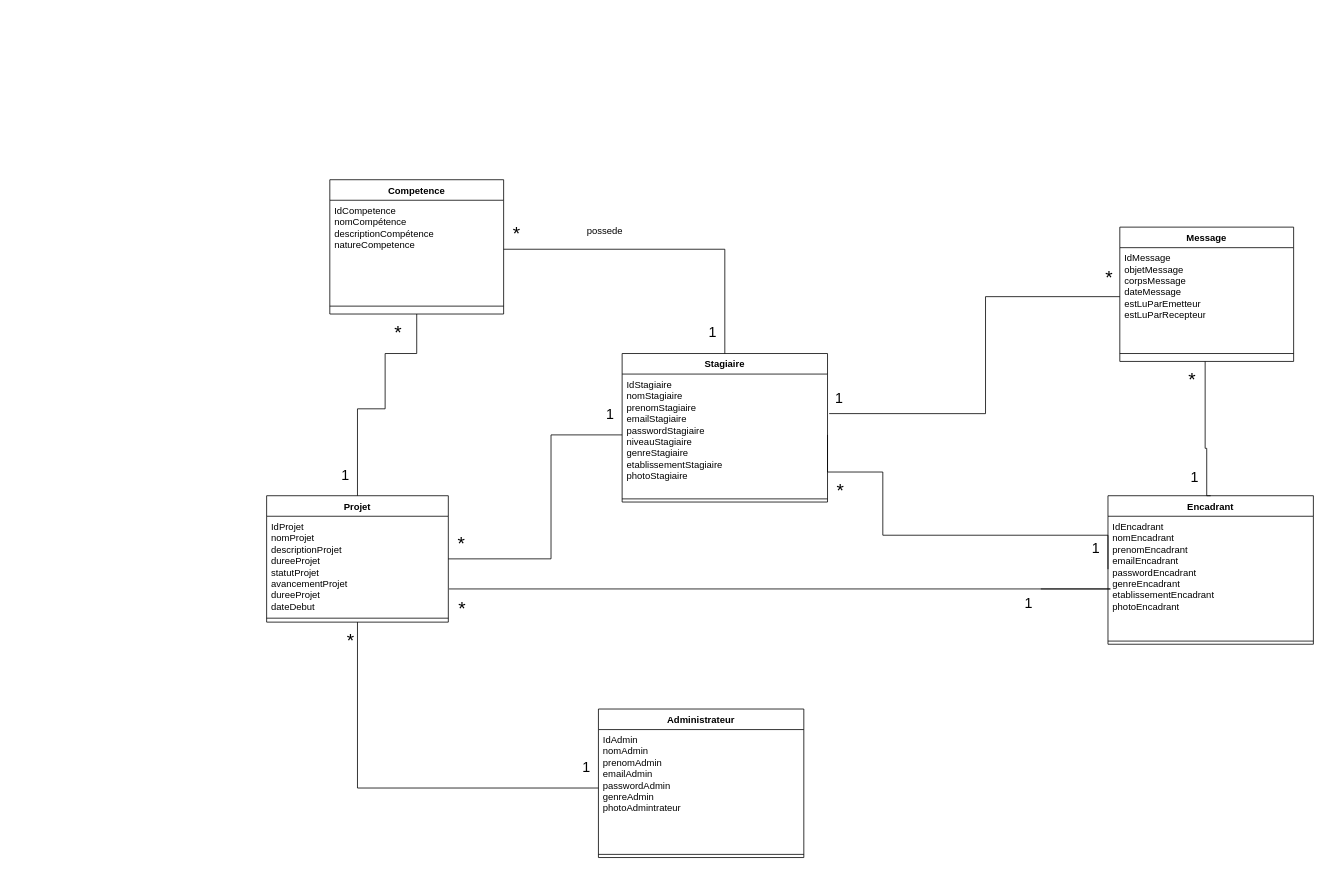
Before: digrams/diagramme TT.drawio in mouhebmhd/stageBoard, a draw.io diagram. Source tidied: cells renumbered, new cells numbered last; positions are measured from the earlier drawing's top-left corner, leaving out a move shared by most shapes. Both pictures are drawn from the tidied source at 79%, with x=0, y=0 at pixel (266, 179).
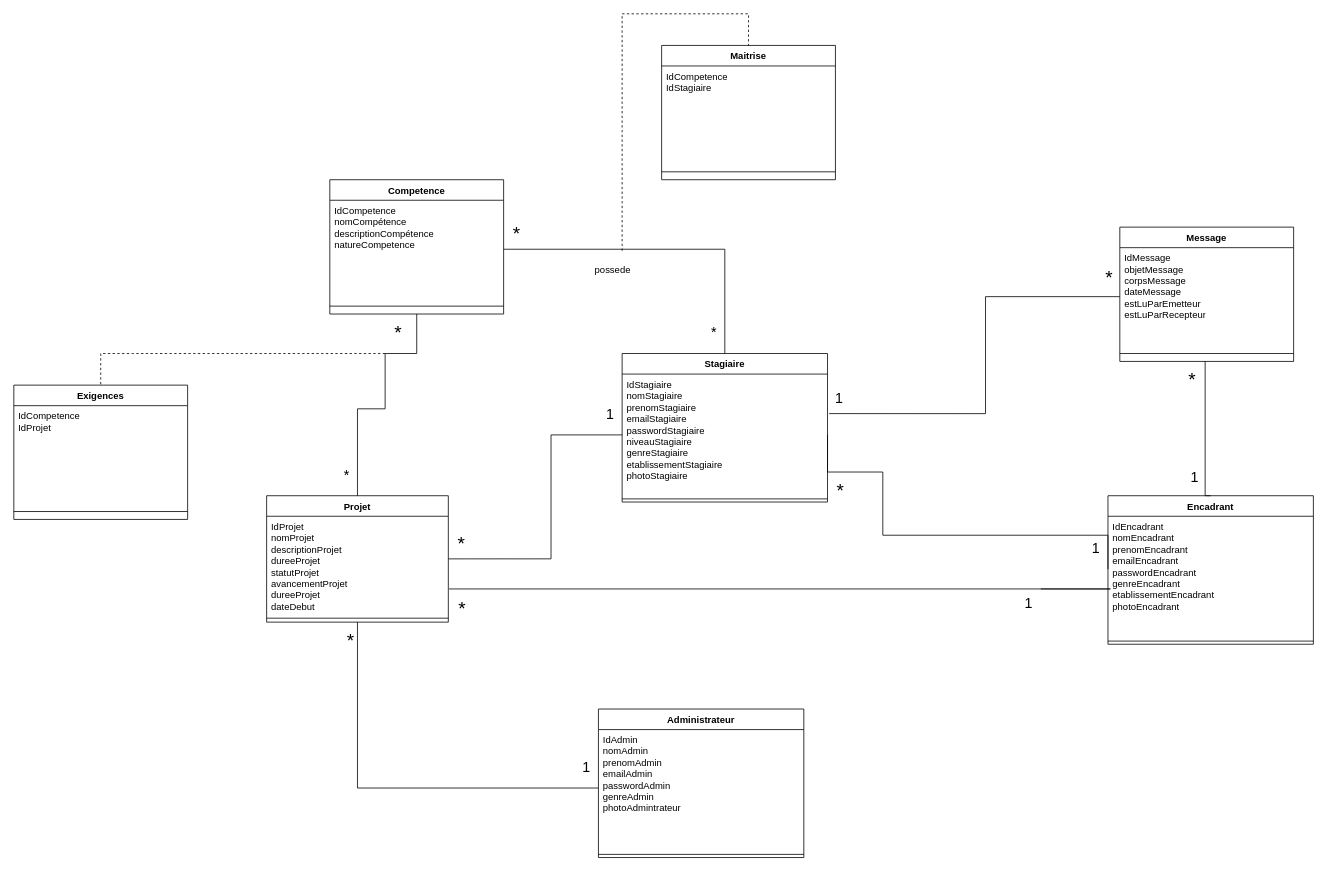
After the change.

The change refers to these unchanged cells:
```xml
<mxCell id="8" value="Encadrant" style="swimlane;fontStyle=1;align=center;verticalAlign=top;horizontal=1;startSize=26;whiteSpace=wrap;html=1;" parent="1" vertex="1">
  <mxGeometry x="1065" y="400" width="260" height="188" as="geometry" />
</mxCell>
<mxCell id="38" style="endArrow=none;html=1;edgeStyle=orthogonalEdgeStyle;rounded=0;exitX=1;exitY=0.5;exitDx=0;exitDy=0;entryX=0.5;entryY=0;entryDx=0;entryDy=0;" parent="1" edge="1" source="36" target="2">
  <mxGeometry relative="1" as="geometry">
    <Array as="points">
      <mxPoint x="580" y="88" />
    </Array>
  </mxGeometry>
</mxCell>
<mxCell id="42" style="endArrow=none;html=1;edgeStyle=orthogonalEdgeStyle;rounded=0;exitX=0.5;exitY=1;exitDx=0;exitDy=0;entryX=0.5;entryY=0;entryDx=0;entryDy=0;" parent="1" edge="1" source="35" target="11">
  <mxGeometry relative="1" as="geometry">
    <Array as="points">
      <mxPoint x="190" y="220" />
      <mxPoint x="150" y="220" />
      <mxPoint x="150" y="290" />
      <mxPoint x="115" y="290" />
    </Array>
  </mxGeometry>
</mxCell>
```

Change to the diagram source:
```diff
@@
     <mxCell id="26" style="endArrow=none;html=1;edgeStyle=orthogonalEdgeStyle;rounded=0;exitX=0.5;exitY=0;exitDx=0;exitDy=0;" parent="1" edge="1" source="8">
       <mxGeometry relative="1" as="geometry">
         <mxPoint x="1188" y="230" as="targetPoint" />
         <Array as="points">
-          <mxPoint x="1190" y="340" />
-          <mxPoint x="1188" y="340" />
+          <mxPoint x="1188" y="400" />
         </Array>
       </mxGeometry>
     </mxCell>
@@
-    <mxCell id="40" value="&lt;font style=&quot;font-size: 18px;&quot;&gt;1&lt;/font&gt;" style="edgeLabel;html=1;align=right;verticalAlign=bottom;" parent="38" vertex="1">
+    <mxCell id="40" value="&lt;font style=&quot;font-size: 18px;&quot;&gt;*&lt;/font&gt;" style="edgeLabel;html=1;align=right;verticalAlign=bottom;" parent="38" vertex="1">
       <mxGeometry x="1" relative="1" as="geometry">
         <mxPoint x="-10" y="-13" as="offset" />
       </mxGeometry>
     </mxCell>
     <mxCell id="41" value="possede&amp;nbsp;" style="text;html=1;align=center;verticalAlign=middle;whiteSpace=wrap;rounded=0;" parent="1" vertex="1">
-      <mxGeometry x="400" y="50" width="60" height="30" as="geometry" />
+      <mxGeometry x="410" y="100" width="60" height="30" as="geometry" />
     </mxCell>
@@
-    <mxCell id="44" value="&lt;font style=&quot;font-size: 18px;&quot;&gt;1&lt;/font&gt;" style="edgeLabel;html=1;align=right;verticalAlign=bottom;" parent="42" vertex="1">
+    <mxCell id="44" value="&lt;font style=&quot;font-size: 18px;&quot;&gt;*&lt;/font&gt;" style="edgeLabel;html=1;align=right;verticalAlign=bottom;" parent="42" vertex="1">
       <mxGeometry x="1" relative="1" as="geometry">
         <mxPoint x="-10" y="-13" as="offset" />
       </mxGeometry>
     </mxCell>
+    <mxCell id="45" value="Maitrise" style="swimlane;fontStyle=1;align=center;verticalAlign=top;horizontal=1;startSize=26;whiteSpace=wrap;html=1;" parent="1" vertex="1">
+      <mxGeometry x="500" y="-170" width="220" height="170" as="geometry" />
+    </mxCell>
+    <mxCell id="46" value="&lt;div&gt;&lt;span style=&quot;background-color: initial;&quot;&gt;IdCompetence&lt;/span&gt;&lt;/div&gt;&lt;div&gt;&lt;span style=&quot;background-color: initial;&quot;&gt;IdStagiaire&lt;/span&gt;&lt;br&gt;&lt;/div&gt;&lt;div&gt;&lt;br&gt;&lt;/div&gt;&lt;div&gt;&lt;br&gt;&lt;/div&gt;" style="text;strokeColor=none;fillColor=none;align=left;verticalAlign=top;spacingLeft=4;spacingRight=4;overflow=hidden;whiteSpace=wrap;html=1;" parent="45" vertex="1">
+      <mxGeometry y="26" width="220" height="124" as="geometry" />
+    </mxCell>
+    <mxCell id="47" style="line;strokeWidth=1;fillColor=none;align=left;verticalAlign=middle;spacingTop=-1;spacingLeft=3;spacingRight=3;labelPosition=right;strokeColor=inherit;" parent="45" vertex="1">
+      <mxGeometry y="150" width="220" height="20" as="geometry" />
+    </mxCell>
+    <mxCell id="48" style="endArrow=none;dashed=1;html=1;rounded=0;entryX=0.5;entryY=0;entryDx=0;entryDy=0;" parent="1" edge="1" target="45">
+      <mxGeometry relative="1" as="geometry">
+        <mxPoint x="450" y="90" as="sourcePoint" />
+        <Array as="points">
+          <mxPoint x="450" y="-210" />
+          <mxPoint x="610" y="-210" />
+        </Array>
+      </mxGeometry>
+    </mxCell>
+    <mxCell id="49" value="Exigences" style="swimlane;fontStyle=1;align=center;verticalAlign=top;horizontal=1;startSize=26;whiteSpace=wrap;html=1;" parent="1" vertex="1">
+      <mxGeometry x="-320" y="260" width="220" height="170" as="geometry" />
+    </mxCell>
+    <mxCell id="50" value="&lt;div&gt;&lt;span style=&quot;background-color: initial;&quot;&gt;IdCompetence&lt;/span&gt;&lt;/div&gt;&lt;div&gt;&lt;span style=&quot;background-color: initial;&quot;&gt;IdProjet&lt;/span&gt;&lt;br&gt;&lt;/div&gt;&lt;div&gt;&lt;br&gt;&lt;/div&gt;&lt;div&gt;&lt;br&gt;&lt;/div&gt;" style="text;strokeColor=none;fillColor=none;align=left;verticalAlign=top;spacingLeft=4;spacingRight=4;overflow=hidden;whiteSpace=wrap;html=1;" parent="49" vertex="1">
+      <mxGeometry y="26" width="220" height="124" as="geometry" />
+    </mxCell>
+    <mxCell id="51" style="line;strokeWidth=1;fillColor=none;align=left;verticalAlign=middle;spacingTop=-1;spacingLeft=3;spacingRight=3;labelPosition=right;strokeColor=inherit;" parent="49" vertex="1">
+      <mxGeometry y="150" width="220" height="20" as="geometry" />
+    </mxCell>
+    <mxCell id="52" style="endArrow=none;dashed=1;html=1;rounded=0;entryX=0.5;entryY=0;entryDx=0;entryDy=0;" parent="1" edge="1" target="49">
+      <mxGeometry relative="1" as="geometry">
+        <mxPoint x="150" y="220" as="sourcePoint" />
+        <Array as="points">
+          <mxPoint x="-170" y="220" />
+          <mxPoint x="-210" y="220" />
+        </Array>
+      </mxGeometry>
+    </mxCell>
```
